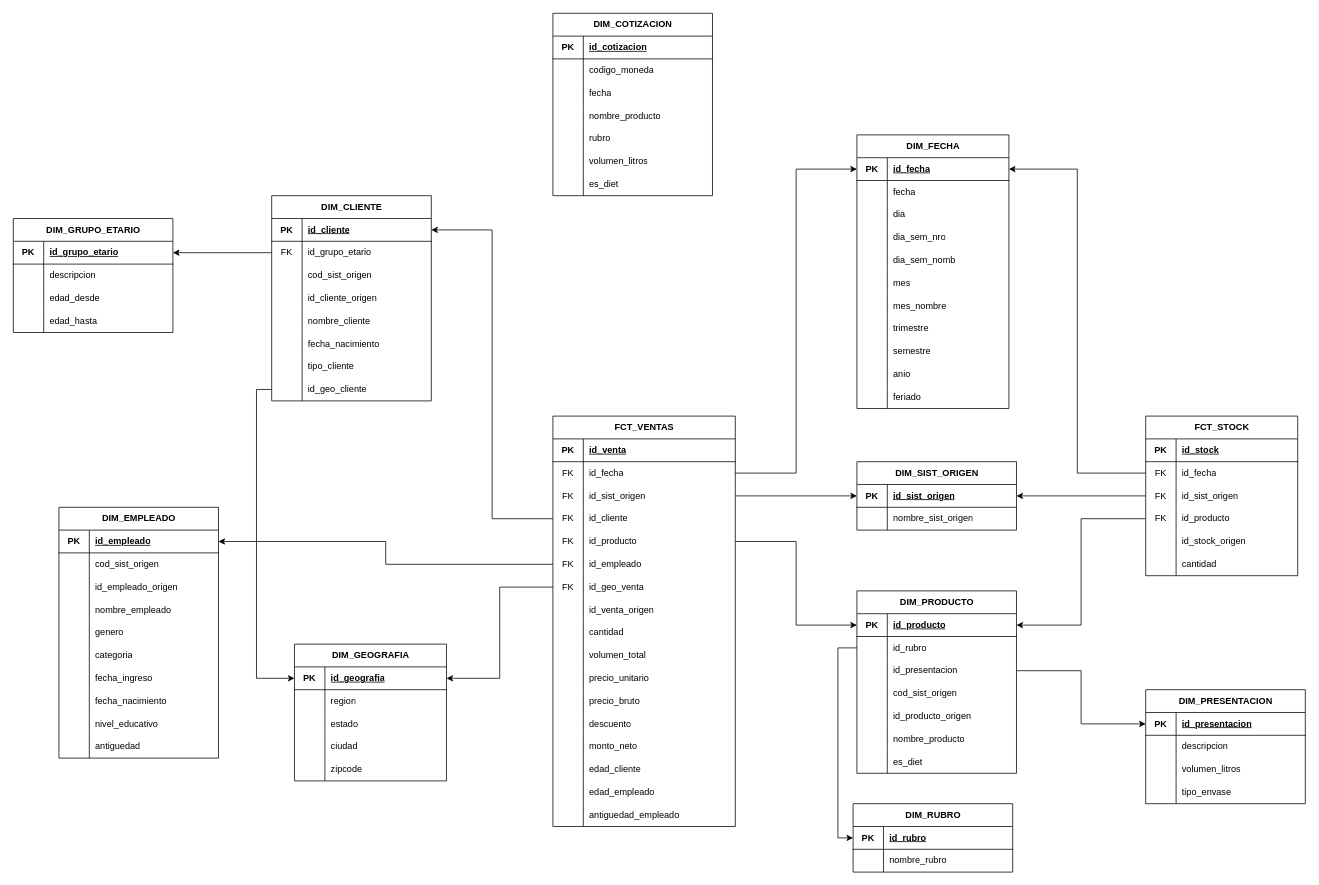
Earlier version of the draw.io diagram TP/TP_BD2_estrella.drawio (Ftedp/BBDD2-TUIA). Source tidied: cells renumbered, new cells numbered last; positions are measured from the earlier drawing's top-left corner, leaving out a move shared by most shapes. Both pictures are drawn from the tidied source at 76%, with x=0, y=0 at pixel (13, 13).
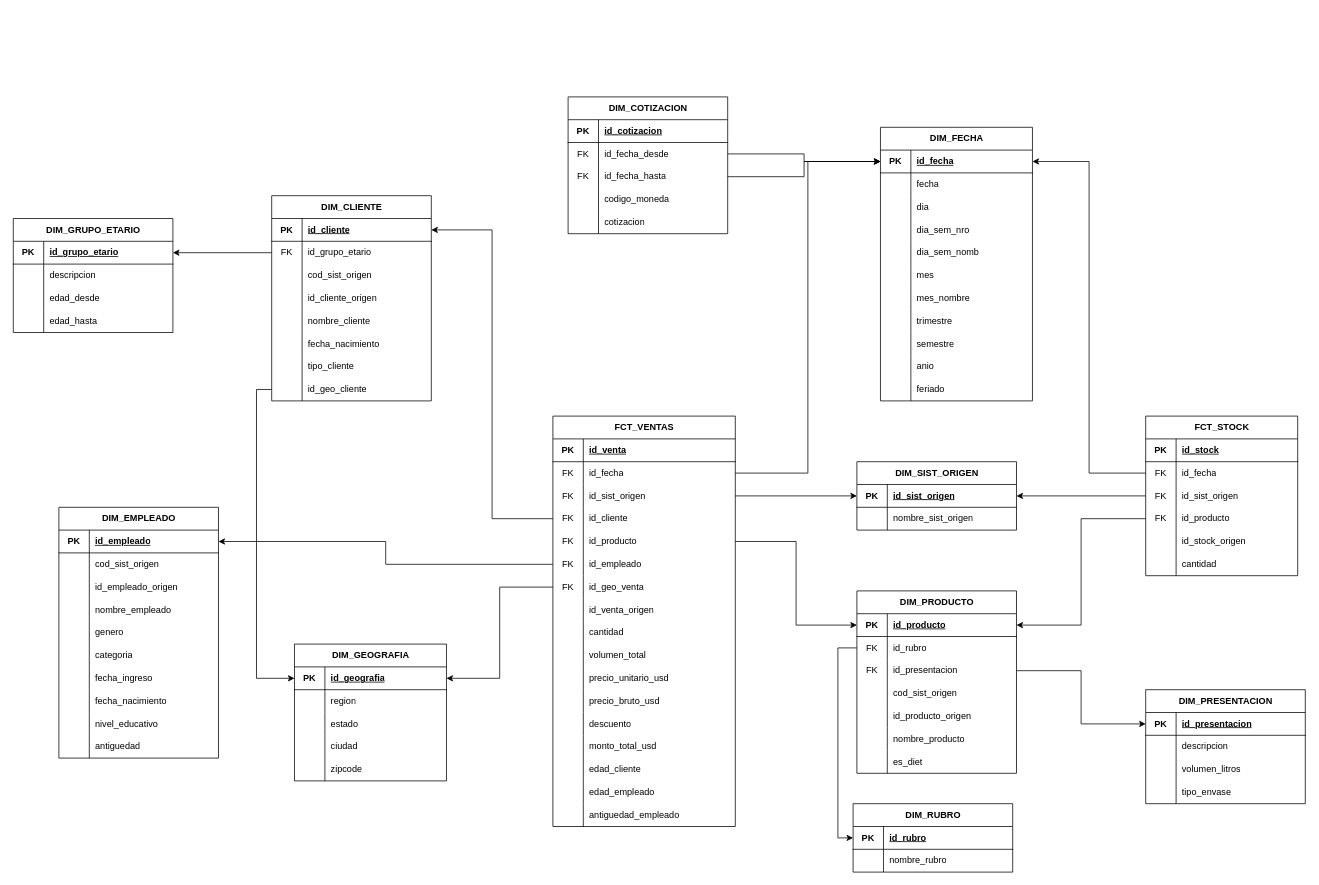
Above is the later version.

Unchanged cells that the change refers to:
```xml
<mxCell id="3" style="shape=tableRow;horizontal=0;startSize=0;swimlaneHead=0;swimlaneBody=0;fillColor=none;points=[[0,0.5],[1,0.5]];portConstraint=eastwest;top=0;left=0;right=0;bottom=1;" parent="2" vertex="1">
  <mxGeometry y="30" width="200" height="30" as="geometry" />
</mxCell>
<mxCell id="81" style="shape=tableRow;horizontal=0;startSize=0;swimlaneHead=0;swimlaneBody=0;fillColor=none;points=[[0,0.5],[1,0.5]];portConstraint=eastwest;top=0;left=0;right=0;bottom=0;" parent="77" vertex="1">
  <mxGeometry y="60" width="210" height="30" as="geometry" />
</mxCell>
<mxCell id="84" style="shape=tableRow;horizontal=0;startSize=0;swimlaneHead=0;swimlaneBody=0;fillColor=none;points=[[0,0.5],[1,0.5]];portConstraint=eastwest;top=0;left=0;right=0;bottom=0;" parent="77" vertex="1">
  <mxGeometry y="90" width="210" height="30" as="geometry" />
</mxCell>
<mxCell id="161" style="shape=tableRow;horizontal=0;startSize=0;swimlaneHead=0;swimlaneBody=0;fillColor=none;top=0;left=0;right=0;bottom=0;" parent="130" vertex="1">
  <mxGeometry y="330" width="240" height="30" as="geometry" />
</mxCell>
<mxCell id="164" style="shape=tableRow;horizontal=0;startSize=0;swimlaneHead=0;swimlaneBody=0;fillColor=none;top=0;left=0;right=0;bottom=0;" parent="130" vertex="1">
  <mxGeometry y="360" width="240" height="30" as="geometry" />
</mxCell>
<mxCell id="170" style="shape=tableRow;horizontal=0;startSize=0;swimlaneHead=0;swimlaneBody=0;fillColor=none;top=0;left=0;right=0;bottom=0;" parent="130" vertex="1">
  <mxGeometry y="420" width="240" height="30" as="geometry" />
</mxCell>
```

Change to the diagram source:
```diff
@@
     <mxCell id="2" value="DIM_FECHA" style="shape=table;startSize=30;childLayout=tableLayout;rowLines=0;fontStyle=1;align=center;html=1;" parent="1" vertex="1">
-      <mxGeometry x="1110" y="160" width="200" height="360" as="geometry" />
+      <mxGeometry x="1141" y="150" width="200" height="360" as="geometry" />
     </mxCell>
@@
-    <mxCell id="82" style="shape=partialRectangle;fillColor=none;top=0;left=0;bottom=0;right=0;overflow=hidden;whiteSpace=wrap;html=1;" parent="81" vertex="1">
+    <mxCell id="82" value="FK" style="shape=partialRectangle;fillColor=none;top=0;left=0;bottom=0;right=0;overflow=hidden;whiteSpace=wrap;html=1;" parent="81" vertex="1">
       <mxGeometry width="40" height="30" as="geometry" />
     </mxCell>
@@
-    <mxCell id="85" style="shape=partialRectangle;fillColor=none;top=0;left=0;bottom=0;right=0;overflow=hidden;whiteSpace=wrap;html=1;" parent="84" vertex="1">
+    <mxCell id="85" value="FK" style="shape=partialRectangle;fillColor=none;top=0;left=0;bottom=0;right=0;overflow=hidden;whiteSpace=wrap;html=1;" parent="84" vertex="1">
       <mxGeometry width="40" height="30" as="geometry" />
     </mxCell>
@@
-    <mxCell id="163" value="precio_unitario" style="shape=partialRectangle;fillColor=none;top=0;left=0;bottom=0;right=0;align=left;spacingLeft=6;overflow=hidden;whiteSpace=wrap;html=1;" parent="161" vertex="1">
+    <mxCell id="163" value="precio_unitario_usd" style="shape=partialRectangle;fillColor=none;top=0;left=0;bottom=0;right=0;align=left;spacingLeft=6;overflow=hidden;whiteSpace=wrap;html=1;" parent="161" vertex="1">
       <mxGeometry x="40" width="200" height="30" as="geometry" />
     </mxCell>
@@
-    <mxCell id="166" value="precio_bruto" style="shape=partialRectangle;fillColor=none;top=0;left=0;bottom=0;right=0;align=left;spacingLeft=6;overflow=hidden;whiteSpace=wrap;html=1;" parent="164" vertex="1">
+    <mxCell id="166" value="precio_bruto_usd" style="shape=partialRectangle;fillColor=none;top=0;left=0;bottom=0;right=0;align=left;spacingLeft=6;overflow=hidden;whiteSpace=wrap;html=1;" parent="164" vertex="1">
       <mxGeometry x="40" width="200" height="30" as="geometry" />
     </mxCell>
@@
-    <mxCell id="172" value="monto_neto" style="shape=partialRectangle;fillColor=none;top=0;left=0;bottom=0;right=0;align=left;spacingLeft=6;overflow=hidden;whiteSpace=wrap;html=1;" parent="170" vertex="1">
+    <mxCell id="172" value="monto_total_usd" style="shape=partialRectangle;fillColor=none;top=0;left=0;bottom=0;right=0;align=left;spacingLeft=6;overflow=hidden;whiteSpace=wrap;html=1;" parent="170" vertex="1">
       <mxGeometry x="40" width="200" height="30" as="geometry" />
     </mxCell>
@@
     <mxCell id="218" value="DIM_COTIZACION" style="shape=table;startSize=30;childLayout=tableLayout;rowLines=0;fontStyle=1;align=center;html=1;" parent="1" vertex="1">
-      <mxGeometry x="710" width="210" height="240" as="geometry" />
+      <mxGeometry x="730" y="110" width="210" height="180" as="geometry" />
     </mxCell>
@@
-    <mxCell id="222" style="shape=tableRow;horizontal=0;startSize=0;swimlaneHead=0;swimlaneBody=0;fillColor=none;top=0;left=0;right=0;bottom=0;" parent="218" vertex="1">
-      <mxGeometry y="60" width="210" height="30" as="geometry" />
-    </mxCell>
-    <mxCell id="223" style="shape=partialRectangle;fillColor=none;top=0;left=0;bottom=0;right=0;overflow=hidden;whiteSpace=wrap;html=1;" parent="222" vertex="1">
-      <mxGeometry width="40" height="30" as="geometry" />
-    </mxCell>
-    <mxCell id="224" value="codigo_moneda" style="shape=partialRectangle;fillColor=none;top=0;left=0;bottom=0;right=0;align=left;spacingLeft=6;overflow=hidden;whiteSpace=wrap;html=1;" parent="222" vertex="1">
-      <mxGeometry x="40" width="170" height="30" as="geometry" />
-    </mxCell>
     <mxCell id="225" style="shape=tableRow;horizontal=0;startSize=0;swimlaneHead=0;swimlaneBody=0;fillColor=none;points=[[0,0.5],[1,0.5]];portConstraint=eastwest;top=0;left=0;right=0;bottom=0;" parent="218" vertex="1">
-      <mxGeometry y="90" width="210" height="30" as="geometry" />
+      <mxGeometry y="60" width="210" height="30" as="geometry" />
     </mxCell>
-    <mxCell id="226" style="shape=partialRectangle;fillColor=none;top=0;left=0;bottom=0;right=0;overflow=hidden;whiteSpace=wrap;html=1;" parent="225" vertex="1">
+    <mxCell id="226" value="FK" style="shape=partialRectangle;fillColor=none;top=0;left=0;bottom=0;right=0;overflow=hidden;whiteSpace=wrap;html=1;" parent="225" vertex="1">
       <mxGeometry width="40" height="30" as="geometry" />
     </mxCell>
-    <mxCell id="227" value="fecha" style="shape=partialRectangle;fillColor=none;top=0;left=0;bottom=0;right=0;align=left;spacingLeft=6;overflow=hidden;whiteSpace=wrap;html=1;" parent="225" vertex="1">
+    <mxCell id="227" value="id_fecha_desde" style="shape=partialRectangle;fillColor=none;top=0;left=0;bottom=0;right=0;align=left;spacingLeft=6;overflow=hidden;whiteSpace=wrap;html=1;" parent="225" vertex="1">
       <mxGeometry x="40" width="170" height="30" as="geometry" />
     </mxCell>
     <mxCell id="228" style="shape=tableRow;horizontal=0;startSize=0;swimlaneHead=0;swimlaneBody=0;fillColor=none;points=[[0,0.5],[1,0.5]];portConstraint=eastwest;top=0;left=0;right=0;bottom=0;" parent="218" vertex="1">
-      <mxGeometry y="120" width="210" height="30" as="geometry" />
+      <mxGeometry y="90" width="210" height="30" as="geometry" />
     </mxCell>
-    <mxCell id="229" style="shape=partialRectangle;fillColor=none;top=0;left=0;bottom=0;right=0;overflow=hidden;whiteSpace=wrap;html=1;" parent="228" vertex="1">
+    <mxCell id="229" value="FK" style="shape=partialRectangle;fillColor=none;top=0;left=0;bottom=0;right=0;overflow=hidden;whiteSpace=wrap;html=1;" parent="228" vertex="1">
       <mxGeometry width="40" height="30" as="geometry" />
     </mxCell>
-    <mxCell id="230" value="nombre_producto" style="shape=partialRectangle;fillColor=none;top=0;left=0;bottom=0;right=0;align=left;spacingLeft=6;overflow=hidden;whiteSpace=wrap;html=1;" parent="228" vertex="1">
+    <mxCell id="230" value="id_fecha_hasta" style="shape=partialRectangle;fillColor=none;top=0;left=0;bottom=0;right=0;align=left;spacingLeft=6;overflow=hidden;whiteSpace=wrap;html=1;" parent="228" vertex="1">
       <mxGeometry x="40" width="170" height="30" as="geometry" />
     </mxCell>
     <mxCell id="231" style="shape=tableRow;horizontal=0;startSize=0;swimlaneHead=0;swimlaneBody=0;fillColor=none;top=0;left=0;right=0;bottom=0;" parent="218" vertex="1">
-      <mxGeometry y="150" width="210" height="30" as="geometry" />
+      <mxGeometry y="120" width="210" height="30" as="geometry" />
     </mxCell>
@@
-    <mxCell id="233" value="rubro" style="shape=partialRectangle;fillColor=none;top=0;left=0;bottom=0;right=0;align=left;spacingLeft=6;overflow=hidden;whiteSpace=wrap;html=1;" parent="231" vertex="1">
+    <mxCell id="233" value="codigo_moneda" style="shape=partialRectangle;fillColor=none;top=0;left=0;bottom=0;right=0;align=left;spacingLeft=6;overflow=hidden;whiteSpace=wrap;html=1;" parent="231" vertex="1">
       <mxGeometry x="40" width="170" height="30" as="geometry" />
     </mxCell>
-    <mxCell id="234" style="shape=tableRow;horizontal=0;startSize=0;swimlaneHead=0;swimlaneBody=0;fillColor=none;top=0;left=0;right=0;bottom=0;" parent="218" vertex="1">
-      <mxGeometry y="180" width="210" height="30" as="geometry" />
-    </mxCell>
-    <mxCell id="235" style="shape=partialRectangle;fillColor=none;top=0;left=0;bottom=0;right=0;overflow=hidden;whiteSpace=wrap;html=1;" parent="234" vertex="1">
-      <mxGeometry width="40" height="30" as="geometry" />
-    </mxCell>
-    <mxCell id="236" value="volumen_litros" style="shape=partialRectangle;fillColor=none;top=0;left=0;bottom=0;right=0;align=left;spacingLeft=6;overflow=hidden;whiteSpace=wrap;html=1;" parent="234" vertex="1">
-      <mxGeometry x="40" width="170" height="30" as="geometry" />
-    </mxCell>
-    <mxCell id="237" style="shape=tableRow;horizontal=0;startSize=0;swimlaneHead=0;swimlaneBody=0;fillColor=none;top=0;left=0;right=0;bottom=0;" parent="218" vertex="1">
-      <mxGeometry y="210" width="210" height="30" as="geometry" />
-    </mxCell>
-    <mxCell id="238" style="shape=partialRectangle;fillColor=none;top=0;left=0;bottom=0;right=0;overflow=hidden;whiteSpace=wrap;html=1;" parent="237" vertex="1">
-      <mxGeometry width="40" height="30" as="geometry" />
-    </mxCell>
-    <mxCell id="239" value="es_diet" style="shape=partialRectangle;fillColor=none;top=0;left=0;bottom=0;right=0;align=left;spacingLeft=6;overflow=hidden;whiteSpace=wrap;html=1;" parent="237" vertex="1">
-      <mxGeometry x="40" width="170" height="30" as="geometry" />
-    </mxCell>
+    <mxCell id="276" style="shape=tableRow;horizontal=0;startSize=0;swimlaneHead=0;swimlaneBody=0;fillColor=none;top=0;left=0;right=0;bottom=0;" parent="218" vertex="1">
+      <mxGeometry y="150" width="210" height="30" as="geometry" />
+    </mxCell>
+    <mxCell id="277" style="shape=partialRectangle;fillColor=none;top=0;left=0;bottom=0;right=0;overflow=hidden;whiteSpace=wrap;html=1;" parent="276" vertex="1">
+      <mxGeometry width="40" height="30" as="geometry" />
+    </mxCell>
+    <mxCell id="278" value="cotizacion" style="shape=partialRectangle;fillColor=none;top=0;left=0;bottom=0;right=0;align=left;spacingLeft=6;overflow=hidden;whiteSpace=wrap;html=1;" parent="276" vertex="1">
+      <mxGeometry x="40" width="170" height="30" as="geometry" />
+    </mxCell>
@@
+    <mxCell id="279" style="edgeStyle=orthogonalEdgeStyle;rounded=0;jettySize=auto;html=1;exitX=1;exitY=0.5;exitDx=0;exitDy=0;entryX=0;entryY=0.5;entryDx=0;entryDy=0;" parent="1" edge="1" source="225" target="3">
+      <mxGeometry relative="1" as="geometry" />
+    </mxCell>
+    <mxCell id="280" style="edgeStyle=orthogonalEdgeStyle;rounded=0;jettySize=auto;html=1;exitX=1;exitY=0.5;exitDx=0;exitDy=0;entryX=0;entryY=0.5;entryDx=0;entryDy=0;" parent="1" edge="1" source="228" target="3">
+      <mxGeometry relative="1" as="geometry" />
+    </mxCell>
```
